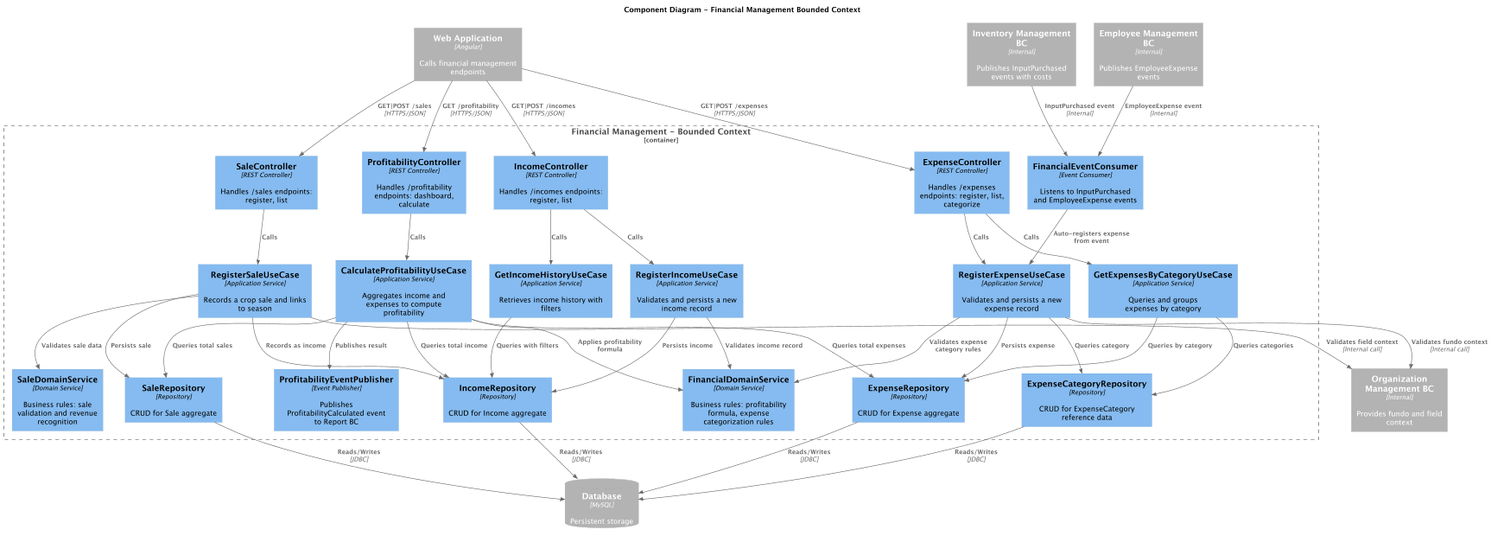
Above: docs/Arquitecture/img/ComponentDiagramFinancial.png in upc-pre-202610-1asi0729-11881-greenspot/kampo-report (PlantUML), before the change.
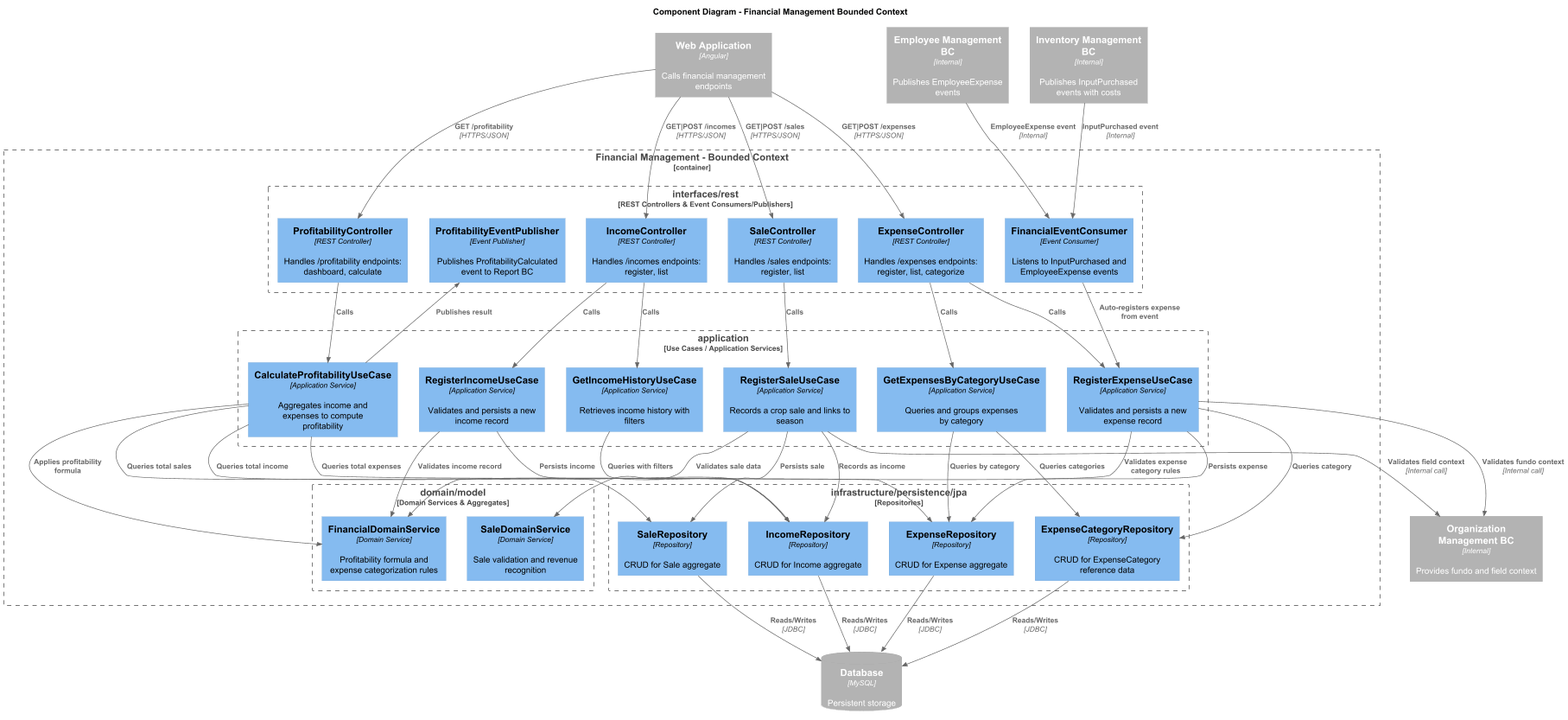
Later version of the same file.

Diff of the diagram source:
```diff
@@ -14,37 +14,43 @@
 
 Container_Boundary(financialBC, "Financial Management - Bounded Context") {
 
-    Component(expenseController,     "ExpenseController",            "REST Controller",     "Handles /expenses endpoints: register, list, categorize")
-    Component(incomeController,      "IncomeController",             "REST Controller",     "Handles /incomes endpoints: register, list")
-    Component(saleController,        "SaleController",               "REST Controller",     "Handles /sales endpoints: register, list")
-    Component(profitabilityCtrl,     "ProfitabilityController",      "REST Controller",     "Handles /profitability endpoints: dashboard, calculate")
+    Boundary(interfaces, "interfaces/rest", "REST Controllers & Event Consumers/Publishers") {
+        Component(expenseController,  "ExpenseController",           "REST Controller", "Handles /expenses endpoints: register, list, categorize")
+        Component(incomeController,   "IncomeController",            "REST Controller", "Handles /incomes endpoints: register, list")
+        Component(saleController,     "SaleController",              "REST Controller", "Handles /sales endpoints: register, list")
+        Component(profitabilityCtrl,  "ProfitabilityController",     "REST Controller", "Handles /profitability endpoints: dashboard, calculate")
+        Component(eventConsumer,      "FinancialEventConsumer",      "Event Consumer",  "Listens to InputPurchased and EmployeeExpense events")
+        Component(profitabilityPub,   "ProfitabilityEventPublisher", "Event Publisher", "Publishes ProfitabilityCalculated event to Report BC")
+    }
 
-    Component(registerExpenseUC,     "RegisterExpenseUseCase",       "Application Service", "Validates and persists a new expense record")
-    Component(registerIncomeUC,      "RegisterIncomeUseCase",        "Application Service", "Validates and persists a new income record")
-    Component(registerSaleUC,        "RegisterSaleUseCase",          "Application Service", "Records a crop sale and links to season")
-    Component(calculateProfitUC,     "CalculateProfitabilityUseCase","Application Service", "Aggregates income and expenses to compute profitability")
-    Component(getCategoryExpenseUC,  "GetExpensesByCategoryUseCase", "Application Service", "Queries and groups expenses by category")
-    Component(getIncomeHistoryUC,    "GetIncomeHistoryUseCase",      "Application Service", "Retrieves income history with filters")
+    Boundary(application, "application", "Use Cases / Application Services") {
+        Component(registerExpenseUC,    "RegisterExpenseUseCase",        "Application Service", "Validates and persists a new expense record")
+        Component(registerIncomeUC,     "RegisterIncomeUseCase",         "Application Service", "Validates and persists a new income record")
+        Component(registerSaleUC,       "RegisterSaleUseCase",           "Application Service", "Records a crop sale and links to season")
+        Component(calculateProfitUC,    "CalculateProfitabilityUseCase", "Application Service", "Aggregates income and expenses to compute profitability")
+        Component(getCategoryExpenseUC, "GetExpensesByCategoryUseCase",  "Application Service", "Queries and groups expenses by category")
+        Component(getIncomeHistoryUC,   "GetIncomeHistoryUseCase",       "Application Service", "Retrieves income history with filters")
+    }
 
-    Component(financialDomainSvc,    "FinancialDomainService",       "Domain Service",      "Business rules: profitability formula, expense categorization rules")
-    Component(saleDomainSvc,         "SaleDomainService",            "Domain Service",      "Business rules: sale validation and revenue recognition")
+    Boundary(domain, "domain/model", "Domain Services & Aggregates") {
+        Component(financialDomainSvc, "FinancialDomainService", "Domain Service", "Profitability formula and expense categorization rules")
+        Component(saleDomainSvc,      "SaleDomainService",      "Domain Service", "Sale validation and revenue recognition")
+    }
 
-    Component(expenseRepo,           "ExpenseRepository",            "Repository",          "CRUD for Expense aggregate")
-    Component(incomeRepo,            "IncomeRepository",             "Repository",          "CRUD for Income aggregate")
-    Component(saleRepo,              "SaleRepository",               "Repository",          "CRUD for Sale aggregate")
-    Component(categoryRepo,          "ExpenseCategoryRepository",    "Repository",          "CRUD for ExpenseCategory reference data")
-
-    Component(eventConsumer,         "FinancialEventConsumer",       "Event Consumer",      "Listens to InputPurchased and EmployeeExpense events")
-    Component(profitabilityPub,      "ProfitabilityEventPublisher",  "Event Publisher",     "Publishes ProfitabilityCalculated event to Report BC")
+    Boundary(infrastructure, "infrastructure/persistence/jpa", "Repositories") {
+        Component(expenseRepo,  "ExpenseRepository",         "Repository", "CRUD for Expense aggregate")
+        Component(incomeRepo,   "IncomeRepository",          "Repository", "CRUD for Income aggregate")
+        Component(saleRepo,     "SaleRepository",            "Repository", "CRUD for Sale aggregate")
+        Component(categoryRepo, "ExpenseCategoryRepository", "Repository", "CRUD for ExpenseCategory reference data")
+    }
 }
 
-Rel(spa, expenseController,    "GET|POST /expenses",       "HTTPS/JSON")
-Rel(spa, incomeController,     "GET|POST /incomes",        "HTTPS/JSON")
-Rel(spa, saleController,       "GET|POST /sales",          "HTTPS/JSON")
-Rel(spa, profitabilityCtrl,    "GET /profitability",       "HTTPS/JSON")
-
-Rel(inventoryBC, eventConsumer, "InputPurchased event",    "Internal")
-Rel(employeeBC,  eventConsumer, "EmployeeExpense event",   "Internal")
+Rel(spa,         expenseController, "GET|POST /expenses",    "HTTPS/JSON")
+Rel(spa,         incomeController,  "GET|POST /incomes",     "HTTPS/JSON")
+Rel(spa,         saleController,    "GET|POST /sales",       "HTTPS/JSON")
+Rel(spa,         profitabilityCtrl, "GET /profitability",    "HTTPS/JSON")
+Rel(inventoryBC, eventConsumer,     "InputPurchased event",  "Internal")
+Rel(employeeBC,  eventConsumer,     "EmployeeExpense event", "Internal")
 
 Rel(expenseController,   registerExpenseUC,    "Calls")
 Rel(expenseController,   getCategoryExpenseUC, "Calls")
@@ -52,32 +58,33 @@
 Rel(incomeController,    getIncomeHistoryUC,   "Calls")
 Rel(saleController,      registerSaleUC,       "Calls")
 Rel(profitabilityCtrl,   calculateProfitUC,    "Calls")
-
 Rel(eventConsumer,       registerExpenseUC,    "Auto-registers expense from event")
 
-Rel(registerExpenseUC,   financialDomainSvc,   "Validates expense category rules")
-Rel(registerExpenseUC,   expenseRepo,          "Persists expense")
-Rel(registerExpenseUC,   categoryRepo,         "Queries category")
-Rel(registerIncomeUC,    financialDomainSvc,   "Validates income record")
-Rel(registerIncomeUC,    incomeRepo,           "Persists income")
-Rel(registerSaleUC,      saleDomainSvc,        "Validates sale data")
-Rel(registerSaleUC,      saleRepo,             "Persists sale")
-Rel(registerSaleUC,      incomeRepo,           "Records as income")
-Rel(calculateProfitUC,   financialDomainSvc,   "Applies profitability formula")
-Rel(calculateProfitUC,   expenseRepo,          "Queries total expenses")
-Rel(calculateProfitUC,   incomeRepo,           "Queries total income")
-Rel(calculateProfitUC,   saleRepo,             "Queries total sales")
-Rel(calculateProfitUC,   profitabilityPub,     "Publishes result")
-Rel(getCategoryExpenseUC,expenseRepo,          "Queries by category")
-Rel(getCategoryExpenseUC,categoryRepo,         "Queries categories")
-Rel(getIncomeHistoryUC,  incomeRepo,           "Queries with filters")
+Rel(registerExpenseUC,  financialDomainSvc, "Validates expense category rules")
+Rel(registerIncomeUC,   financialDomainSvc, "Validates income record")
+Rel(registerSaleUC,     saleDomainSvc,      "Validates sale data")
+Rel(calculateProfitUC,  financialDomainSvc, "Applies profitability formula")
+
+Rel(registerExpenseUC,    expenseRepo,  "Persists expense")
+Rel(registerExpenseUC,    categoryRepo, "Queries category")
+Rel(registerIncomeUC,     incomeRepo,   "Persists income")
+Rel(registerSaleUC,       saleRepo,     "Persists sale")
+Rel(registerSaleUC,       incomeRepo,   "Records as income")
+Rel(calculateProfitUC,    expenseRepo,  "Queries total expenses")
+Rel(calculateProfitUC,    incomeRepo,   "Queries total income")
+Rel(calculateProfitUC,    saleRepo,     "Queries total sales")
+Rel(getCategoryExpenseUC, expenseRepo,  "Queries by category")
+Rel(getCategoryExpenseUC, categoryRepo, "Queries categories")
+Rel(getIncomeHistoryUC,   incomeRepo,   "Queries with filters")
+
+Rel(calculateProfitUC, profitabilityPub, "Publishes result")
+
+Rel(registerExpenseUC, orgBC, "Validates fundo context", "Internal call")
+Rel(registerSaleUC,    orgBC, "Validates field context", "Internal call")
 
 Rel(expenseRepo,  db, "Reads/Writes", "JDBC")
 Rel(incomeRepo,   db, "Reads/Writes", "JDBC")
 Rel(saleRepo,     db, "Reads/Writes", "JDBC")
 Rel(categoryRepo, db, "Reads/Writes", "JDBC")
 
-Rel(registerExpenseUC, orgBC, "Validates fundo context", "Internal call")
-Rel(registerSaleUC,    orgBC, "Validates field context", "Internal call")
-
 @enduml
```
